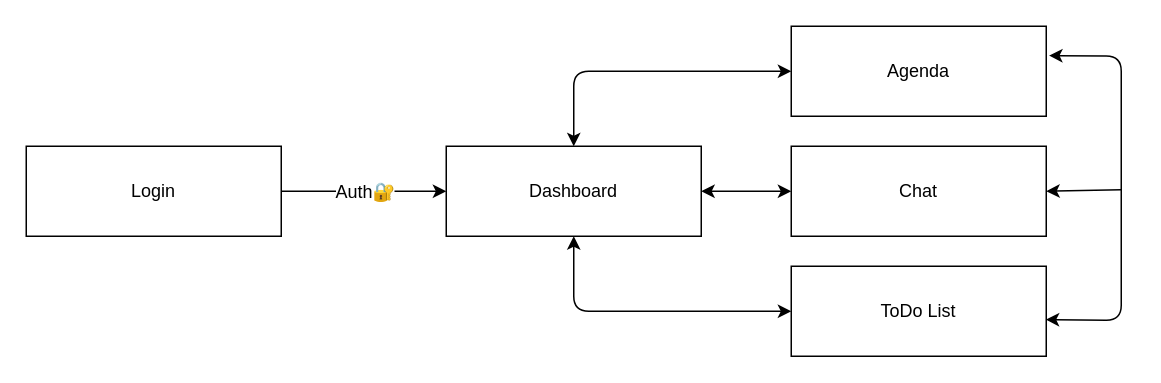
Before: Diagrams/application.drawio in W-D0n/LearnAtHome_10, a draw.io diagram. Source tidied: cells renumbered, new cells numbered last; positions are measured from the earlier drawing's top-left corner, leaving out a move shared by most shapes. Both pictures are drawn from the tidied source at 150%, with x=0, y=0 at pixel (26, 26).
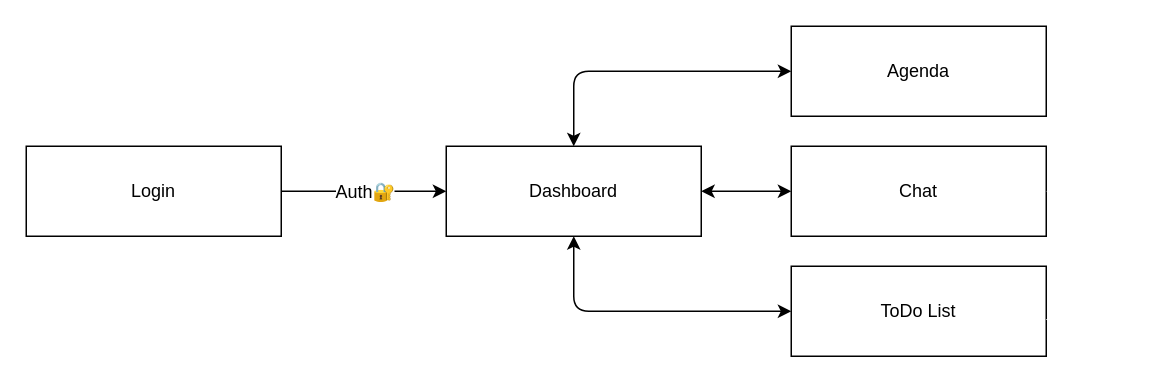
The same diagram, later.

What changed in the source:
```diff
@@
 <mxGraphModel>
   <root>
     <mxCell id="0" />
     <mxCell id="1" parent="0" />
     <mxCell id="2" value="Login" style="rounded=0;whiteSpace=wrap;html=1;" parent="1" vertex="1">
       <mxGeometry y="80" width="170" height="60" as="geometry" />
     </mxCell>
     <mxCell id="3" value="ToDo List" style="rounded=0;whiteSpace=wrap;html=1;" parent="1" vertex="1">
       <mxGeometry x="510" y="160" width="170" height="60" as="geometry" />
     </mxCell>
     <mxCell id="4" value="Agenda" style="rounded=0;whiteSpace=wrap;html=1;" parent="1" vertex="1">
       <mxGeometry x="510" width="170" height="60" as="geometry" />
     </mxCell>
     <mxCell id="5" value="Chat" style="rounded=0;whiteSpace=wrap;html=1;" parent="1" vertex="1">
       <mxGeometry x="510" y="80" width="170" height="60" as="geometry" />
     </mxCell>
     <mxCell id="6" value="Dashboard" style="rounded=0;whiteSpace=wrap;html=1;" parent="1" vertex="1">
       <mxGeometry x="280" y="80" width="170" height="60" as="geometry" />
     </mxCell>
     <mxCell id="7" style="endArrow=classic;startArrow=classic;html=1;entryX=0;entryY=0.5;entryDx=0;entryDy=0;" parent="1" edge="1" source="6" target="5">
       <mxGeometry relative="1" as="geometry" />
     </mxCell>
-    <mxCell id="8" style="endArrow=classic;startArrow=classic;html=1;entryX=1.011;entryY=0.326;entryDx=0;entryDy=0;entryPerimeter=0;rounded=1;exitX=0.998;exitY=0.593;exitDx=0;exitDy=0;exitPerimeter=0;" parent="1" edge="1" source="3" target="4">
+    <mxCell id="8" style="endArrow=classic;startArrow=classic;html=1;entryX=1.011;entryY=0.326;entryDx=0;entryDy=0;entryPerimeter=0;rounded=1;exitX=0.998;exitY=0.593;exitDx=0;exitDy=0;exitPerimeter=0;fillColor=#f9f7ed;strokeColor=#FFFFFF;" parent="1" edge="1" source="3" target="4">
       <mxGeometry relative="1" as="geometry">
         <Array as="points">
           <mxPoint x="730" y="196" />
           <mxPoint x="730" y="20" />
         </Array>
       </mxGeometry>
     </mxCell>
     <mxCell id="9" style="endArrow=classic;startArrow=classic;html=1;exitX=0.5;exitY=0;exitDx=0;exitDy=0;entryX=0;entryY=0.5;entryDx=0;entryDy=0;" parent="1" edge="1" source="6" target="4">
       <mxGeometry relative="1" as="geometry">
         <Array as="points">
           <mxPoint x="365" y="30" />
         </Array>
       </mxGeometry>
     </mxCell>
     <mxCell id="10" style="endArrow=classic;startArrow=classic;html=1;exitX=0.5;exitY=1;exitDx=0;exitDy=0;entryX=0;entryY=0.5;entryDx=0;entryDy=0;" parent="1" edge="1" source="6" target="3">
       <mxGeometry relative="1" as="geometry">
         <Array as="points">
           <mxPoint x="365" y="190" />
         </Array>
       </mxGeometry>
     </mxCell>
     <mxCell id="11" style="endArrow=classic;html=1;entryX=0;entryY=0.5;entryDx=0;entryDy=0;exitX=1;exitY=0.5;exitDx=0;exitDy=0;" parent="1" edge="1" source="2" target="6">
       <mxGeometry relative="1" as="geometry" />
     </mxCell>
     <mxCell id="12" value="&lt;span style=&quot;font-size: 12px&quot;&gt;Auth🔐&lt;/span&gt;" style="edgeLabel;html=1;align=center;verticalAlign=middle;" parent="11" vertex="1">
       <mxGeometry relative="1" as="geometry" />
     </mxCell>
-    <mxCell id="13" style="endArrow=classic;html=1;rounded=0;entryX=1;entryY=0.5;entryDx=0;entryDy=0;" parent="1" edge="1" target="5">
+    <mxCell id="13" style="endArrow=classic;html=1;rounded=0;entryX=1;entryY=0.5;entryDx=0;entryDy=0;fillColor=#f9f7ed;strokeColor=#FFFFFF;" parent="1" edge="1" target="5">
       <mxGeometry relative="1" as="geometry">
         <mxPoint x="730" y="109" as="sourcePoint" />
       </mxGeometry>
     </mxCell>
   </root>
 </mxGraphModel>
```
